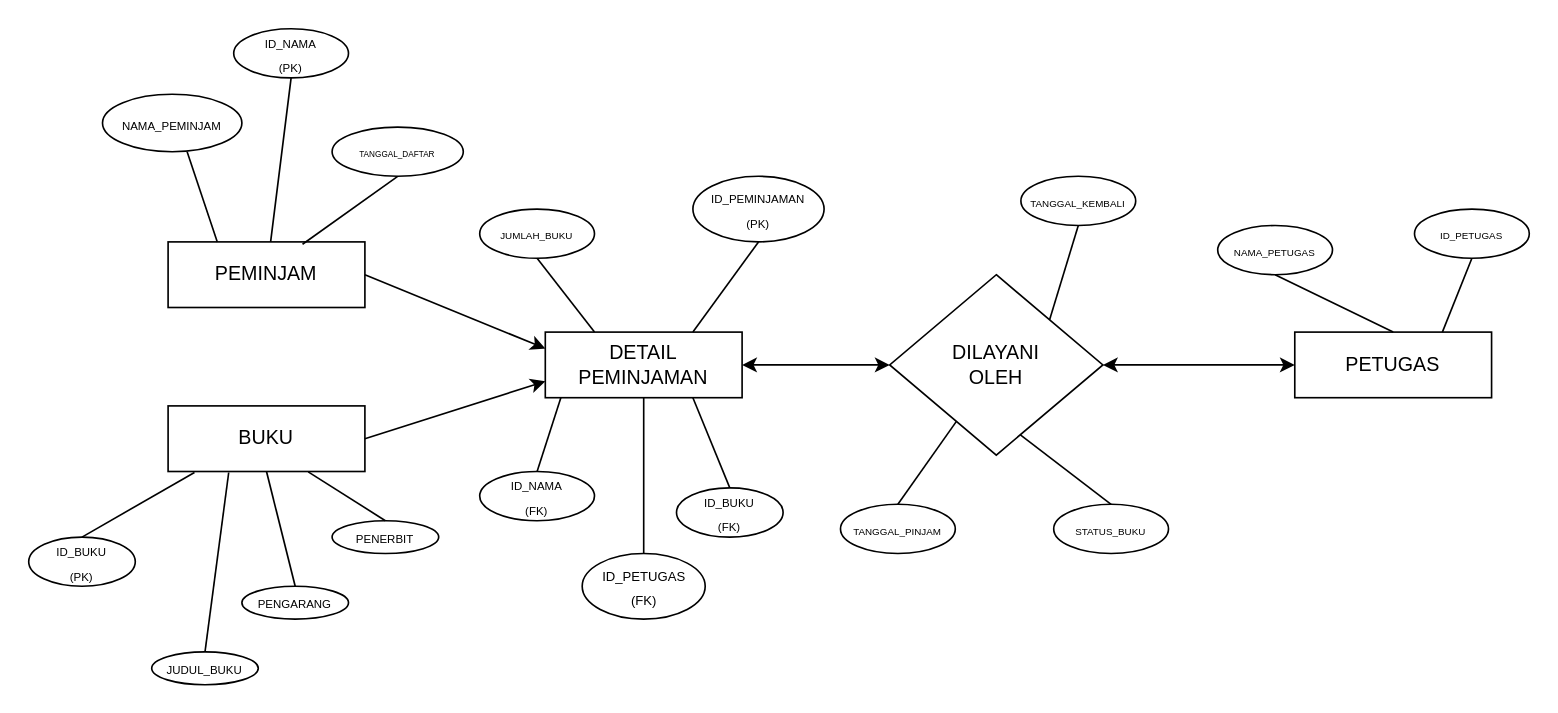
The draw.io diagram ELMANUX.drawio in SinestreaSwl/database-diagram, before the edit. Source tidied: cells renumbered, new cells numbered last; positions are measured from the earlier drawing's top-left corner, leaving out a move shared by most shapes. Both pictures are drawn from the tidied source at 164%, with x=0, y=0 at pixel (28, 28).
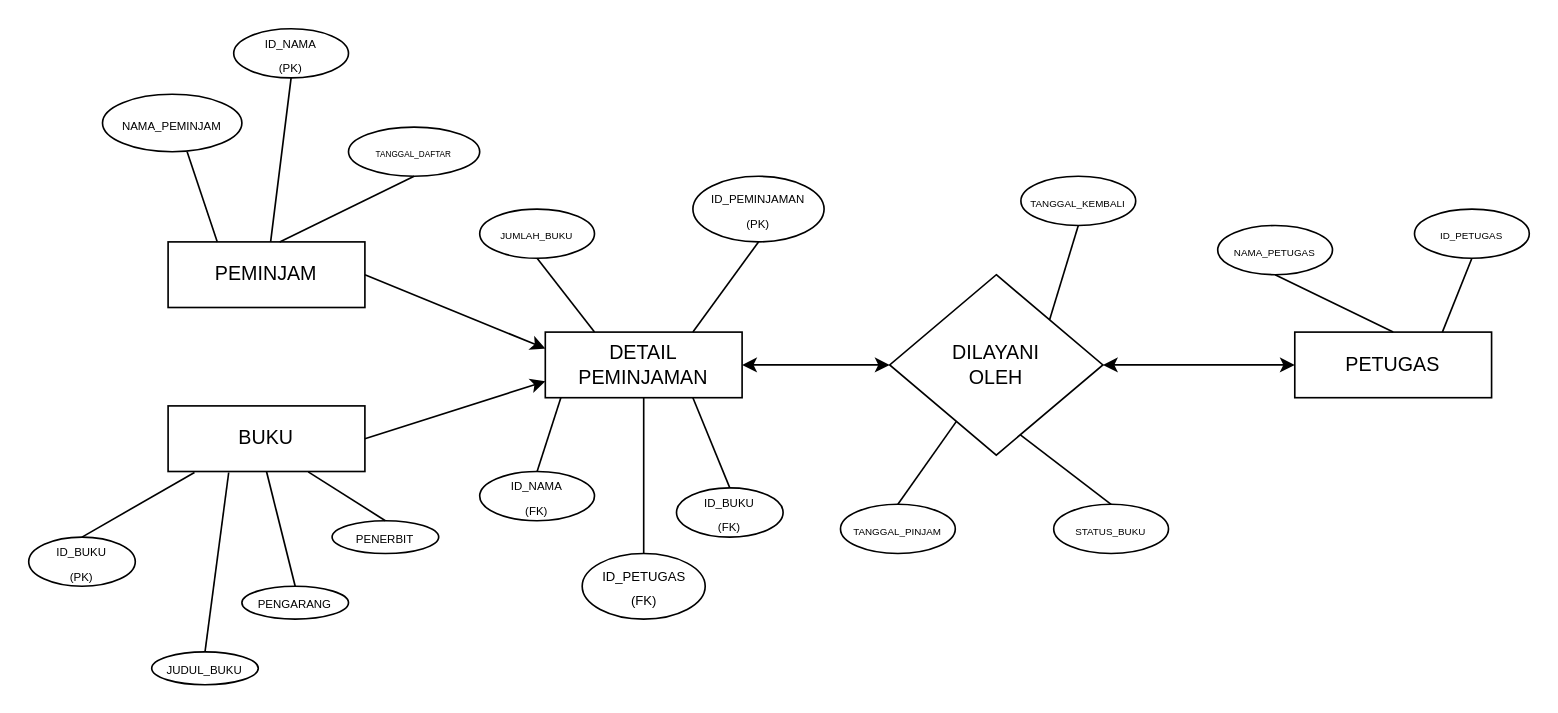
After the change.

The change refers to these unchanged cells:
```xml
<mxCell id="2" value="PEMINJAM" style="rounded=0;whiteSpace=wrap;html=1;" parent="1" vertex="1">
  <mxGeometry x="85" y="130" width="120" height="40" as="geometry" />
</mxCell>
```

What changed in the source:
```diff
@@
     <mxCell id="10" value="&lt;font style=&quot;font-size: 5px;&quot;&gt;TANGGAL_DAFTAR&lt;/font&gt;" style="ellipse;whiteSpace=wrap;html=1;" parent="1" vertex="1">
-      <mxGeometry x="185" y="60" width="80" height="30" as="geometry" />
+      <mxGeometry x="195" y="60" width="80" height="30" as="geometry" />
     </mxCell>
@@
-    <mxCell id="31" style="endArrow=none;html=1;rounded=0;exitX=0.5;exitY=1;exitDx=0;exitDy=0;entryX=0.683;entryY=0.036;entryDx=0;entryDy=0;entryPerimeter=0;" parent="1" edge="1" source="10" target="2">
+    <mxCell id="31" style="endArrow=none;html=1;rounded=0;exitX=0.5;exitY=1;exitDx=0;exitDy=0;entryX=0.567;entryY=0;entryDx=0;entryDy=0;entryPerimeter=0;" parent="1" edge="1" source="10" target="2">
       <mxGeometry relative="1" as="geometry" />
     </mxCell>
```
